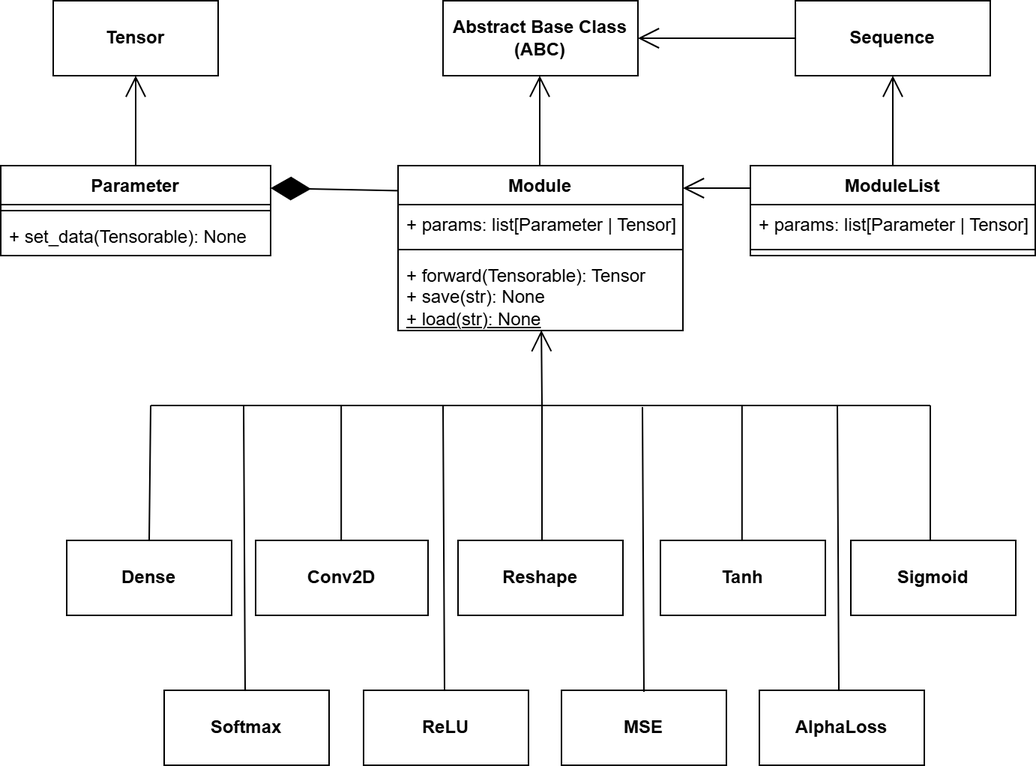
Before: LaTex/images/NNLib-Design-UML.drawio.png, a diagram exported from draw.io (edgar-maddocks/NEA). Source tidied: cells renumbered, new cells last; positions are measured from the earlier drawing's top-left corner, leaving out a move shared by most shapes. Source of this version:
```xml
<mxGraphModel>
  <root>
    <mxCell id="0" />
    <mxCell id="1" parent="0" />
    <mxCell id="2" value="Parameter" style="swimlane;fontStyle=1;align=center;verticalAlign=top;horizontal=1;startSize=26;whiteSpace=wrap;html=1;" parent="1" vertex="1">
      <mxGeometry y="110" width="180" height="60" as="geometry" />
    </mxCell>
    <mxCell id="3" style="line;strokeWidth=1;fillColor=none;align=left;verticalAlign=middle;spacingTop=-1;spacingLeft=3;spacingRight=3;labelPosition=right;strokeColor=inherit;" parent="2" vertex="1">
      <mxGeometry y="26" width="180" height="8" as="geometry" />
    </mxCell>
    <mxCell id="4" value="+ set_data(Tensorable): None" style="text;strokeColor=none;fillColor=none;align=left;verticalAlign=top;spacingLeft=4;spacingRight=4;overflow=hidden;whiteSpace=wrap;html=1;" parent="2" vertex="1">
      <mxGeometry y="34" width="180" height="26" as="geometry" />
    </mxCell>
    <mxCell id="5" value="&lt;b&gt;Tensor&lt;/b&gt;" style="html=1;whiteSpace=wrap;" parent="1" vertex="1">
      <mxGeometry x="35" width="110" height="50" as="geometry" />
    </mxCell>
    <mxCell id="6" style="endArrow=open;endFill=1;endSize=12;html=1;rounded=0;entryX=0.5;entryY=1;entryDx=0;entryDy=0;exitX=0.5;exitY=0;exitDx=0;exitDy=0;" parent="1" edge="1" source="2" target="5">
      <mxGeometry relative="1" as="geometry" />
    </mxCell>
    <mxCell id="7" value="Module" style="swimlane;fontStyle=1;align=center;verticalAlign=top;horizontal=1;startSize=26;whiteSpace=wrap;html=1;" parent="1" vertex="1">
      <mxGeometry x="265" y="110" width="190" height="110" as="geometry" />
    </mxCell>
    <mxCell id="8" value="+ params: list[Parameter | Tensor]" style="text;strokeColor=none;fillColor=none;align=left;verticalAlign=top;spacingLeft=4;spacingRight=4;overflow=hidden;whiteSpace=wrap;html=1;" parent="7" vertex="1">
      <mxGeometry y="26" width="190" height="26" as="geometry" />
    </mxCell>
    <mxCell id="9" style="line;strokeWidth=1;fillColor=none;align=left;verticalAlign=middle;spacingTop=-1;spacingLeft=3;spacingRight=3;labelPosition=right;strokeColor=inherit;" parent="7" vertex="1">
      <mxGeometry y="52" width="190" height="8" as="geometry" />
    </mxCell>
    <mxCell id="10" value="&lt;div&gt;+ forward(Tensorable): Tensor&lt;/div&gt;+ save(str): None&lt;div&gt;&lt;u&gt;+ load(str): None&lt;/u&gt;&lt;/div&gt;&lt;div&gt;&lt;br&gt;&lt;/div&gt;" style="text;strokeColor=none;fillColor=none;align=left;verticalAlign=top;spacingLeft=4;spacingRight=4;overflow=hidden;points=[[0,0.5],[1,0.5]];portConstraint=eastwest;whiteSpace=wrap;html=1;" parent="7" vertex="1">
      <mxGeometry y="60" width="190" height="50" as="geometry" />
    </mxCell>
    <mxCell id="11" value="Abstract Base Class&lt;div&gt;(ABC)&lt;/div&gt;" style="html=1;whiteSpace=wrap;fontStyle=1;" parent="1" vertex="1">
      <mxGeometry x="295" width="130" height="50" as="geometry" />
    </mxCell>
    <mxCell id="12" style="endArrow=open;endFill=1;endSize=12;html=1;rounded=0;entryX=0.5;entryY=1;entryDx=0;entryDy=0;exitX=0.5;exitY=0;exitDx=0;exitDy=0;" parent="1" edge="1">
      <mxGeometry relative="1" as="geometry">
        <mxPoint x="359.5" y="110" as="sourcePoint" />
        <mxPoint x="359.5" y="50" as="targetPoint" />
      </mxGeometry>
    </mxCell>
    <mxCell id="13" style="endArrow=diamondThin;endFill=1;endSize=24;html=1;rounded=0;entryX=1;entryY=0.25;entryDx=0;entryDy=0;exitX=0.002;exitY=0.152;exitDx=0;exitDy=0;exitPerimeter=0;" parent="1" edge="1" source="7" target="2">
      <mxGeometry relative="1" as="geometry" />
    </mxCell>
    <mxCell id="14" style="endArrow=open;endFill=1;endSize=12;html=1;rounded=0;entryX=1;entryY=0.5;entryDx=0;entryDy=0;exitX=0;exitY=0.5;exitDx=0;exitDy=0;" parent="1" edge="1" source="15" target="11">
      <mxGeometry relative="1" as="geometry" />
    </mxCell>
    <mxCell id="15" value="Sequence" style="html=1;whiteSpace=wrap;fontStyle=1;" parent="1" vertex="1">
      <mxGeometry x="530" width="130" height="50" as="geometry" />
    </mxCell>
    <mxCell id="16" style="endArrow=open;endFill=1;endSize=12;html=1;rounded=0;entryX=0.5;entryY=1;entryDx=0;entryDy=0;" parent="1" edge="1" target="15">
      <mxGeometry relative="1" as="geometry">
        <mxPoint x="595" y="110" as="sourcePoint" />
      </mxGeometry>
    </mxCell>
    <mxCell id="17" value="ModuleList" style="swimlane;fontStyle=1;align=center;verticalAlign=top;horizontal=1;startSize=26;whiteSpace=wrap;html=1;" parent="1" vertex="1">
      <mxGeometry x="500" y="110" width="190" height="60" as="geometry" />
    </mxCell>
    <mxCell id="18" value="+ params: list[Parameter | Tensor]" style="text;strokeColor=none;fillColor=none;align=left;verticalAlign=top;spacingLeft=4;spacingRight=4;overflow=hidden;whiteSpace=wrap;html=1;" parent="17" vertex="1">
      <mxGeometry y="26" width="190" height="26" as="geometry" />
    </mxCell>
    <mxCell id="19" style="line;strokeWidth=1;fillColor=none;align=left;verticalAlign=middle;spacingTop=-1;spacingLeft=3;spacingRight=3;labelPosition=right;strokeColor=inherit;" parent="17" vertex="1">
      <mxGeometry y="52" width="190" height="8" as="geometry" />
    </mxCell>
    <mxCell id="20" style="endArrow=open;endFill=1;endSize=12;html=1;rounded=0;exitX=0;exitY=0.25;exitDx=0;exitDy=0;" parent="1" edge="1" source="17">
      <mxGeometry relative="1" as="geometry">
        <mxPoint x="455" y="125" as="targetPoint" />
      </mxGeometry>
    </mxCell>
    <mxCell id="21" style="endArrow=open;endFill=1;endSize=12;html=1;rounded=0;entryX=0.503;entryY=0.995;entryDx=0;entryDy=0;entryPerimeter=0;" parent="1" edge="1" target="10">
      <mxGeometry relative="1" as="geometry">
        <mxPoint x="361" y="270" as="sourcePoint" />
      </mxGeometry>
    </mxCell>
    <mxCell id="22" style="endArrow=none;html=1;rounded=0;" parent="1" edge="1">
      <mxGeometry relative="1" as="geometry">
        <mxPoint x="100" y="270" as="sourcePoint" />
        <mxPoint x="620" y="270" as="targetPoint" />
      </mxGeometry>
    </mxCell>
    <mxCell id="23" value="Dense" style="html=1;whiteSpace=wrap;fontStyle=1;" parent="1" vertex="1">
      <mxGeometry x="44" y="360" width="110" height="50" as="geometry" />
    </mxCell>
    <mxCell id="24" value="Conv2D" style="html=1;whiteSpace=wrap;fontStyle=1;" parent="1" vertex="1">
      <mxGeometry x="170" y="360" width="115" height="50" as="geometry" />
    </mxCell>
    <mxCell id="25" value="Reshape" style="html=1;whiteSpace=wrap;fontStyle=1;" parent="1" vertex="1">
      <mxGeometry x="305" y="360" width="110" height="50" as="geometry" />
    </mxCell>
    <mxCell id="26" value="Tanh" style="html=1;whiteSpace=wrap;fontStyle=1;" parent="1" vertex="1">
      <mxGeometry x="440" y="360" width="110" height="50" as="geometry" />
    </mxCell>
    <mxCell id="27" value="Sigmoid" style="html=1;whiteSpace=wrap;fontStyle=1;" parent="1" vertex="1">
      <mxGeometry x="567" y="360" width="110" height="50" as="geometry" />
    </mxCell>
    <mxCell id="28" value="Softmax" style="html=1;whiteSpace=wrap;fontStyle=1;" parent="1" vertex="1">
      <mxGeometry x="109" y="460" width="110" height="50" as="geometry" />
    </mxCell>
    <mxCell id="29" value="ReLU" style="html=1;whiteSpace=wrap;fontStyle=1;" parent="1" vertex="1">
      <mxGeometry x="242" y="460" width="110" height="50" as="geometry" />
    </mxCell>
    <mxCell id="30" value="MSE" style="html=1;whiteSpace=wrap;fontStyle=1;" parent="1" vertex="1">
      <mxGeometry x="374" y="460" width="110" height="50" as="geometry" />
    </mxCell>
    <mxCell id="31" value="AlphaLoss" style="html=1;whiteSpace=wrap;fontStyle=1;" parent="1" vertex="1">
      <mxGeometry x="506" y="460" width="110" height="50" as="geometry" />
    </mxCell>
    <mxCell id="32" style="endArrow=none;html=1;rounded=0;exitX=0.5;exitY=0;exitDx=0;exitDy=0;" parent="1" edge="1" source="23">
      <mxGeometry relative="1" as="geometry">
        <mxPoint x="100" y="270" as="targetPoint" />
      </mxGeometry>
    </mxCell>
    <mxCell id="33" style="endArrow=none;html=1;rounded=0;exitX=0.5;exitY=0;exitDx=0;exitDy=0;" parent="1" edge="1">
      <mxGeometry relative="1" as="geometry">
        <mxPoint x="227.1" y="360" as="sourcePoint" />
        <mxPoint x="227.1" y="270" as="targetPoint" />
      </mxGeometry>
    </mxCell>
    <mxCell id="34" style="endArrow=none;html=1;rounded=0;exitX=0.5;exitY=0;exitDx=0;exitDy=0;" parent="1" edge="1">
      <mxGeometry relative="1" as="geometry">
        <mxPoint x="361" y="360" as="sourcePoint" />
        <mxPoint x="361" y="270" as="targetPoint" />
      </mxGeometry>
    </mxCell>
    <mxCell id="35" style="endArrow=none;html=1;rounded=0;exitX=0.5;exitY=0;exitDx=0;exitDy=0;" parent="1" edge="1">
      <mxGeometry relative="1" as="geometry">
        <mxPoint x="494.4" y="360" as="sourcePoint" />
        <mxPoint x="494.4" y="270" as="targetPoint" />
      </mxGeometry>
    </mxCell>
    <mxCell id="36" style="endArrow=none;html=1;rounded=0;exitX=0.5;exitY=0;exitDx=0;exitDy=0;" parent="1" edge="1">
      <mxGeometry relative="1" as="geometry">
        <mxPoint x="620" y="360" as="sourcePoint" />
        <mxPoint x="620" y="270" as="targetPoint" />
      </mxGeometry>
    </mxCell>
    <mxCell id="37" style="endArrow=none;html=1;rounded=0;exitX=0.5;exitY=0;exitDx=0;exitDy=0;" parent="1" edge="1">
      <mxGeometry relative="1" as="geometry">
        <mxPoint x="559" y="460" as="sourcePoint" />
        <mxPoint x="558" y="270" as="targetPoint" />
      </mxGeometry>
    </mxCell>
    <mxCell id="38" style="endArrow=none;html=1;rounded=0;exitX=0.5;exitY=0;exitDx=0;exitDy=0;" parent="1" edge="1">
      <mxGeometry relative="1" as="geometry">
        <mxPoint x="429" y="461" as="sourcePoint" />
        <mxPoint x="428" y="271" as="targetPoint" />
      </mxGeometry>
    </mxCell>
    <mxCell id="39" style="endArrow=none;html=1;rounded=0;exitX=0.5;exitY=0;exitDx=0;exitDy=0;" parent="1" edge="1">
      <mxGeometry relative="1" as="geometry">
        <mxPoint x="296" y="460" as="sourcePoint" />
        <mxPoint x="295" y="270" as="targetPoint" />
      </mxGeometry>
    </mxCell>
    <mxCell id="40" style="endArrow=none;html=1;rounded=0;exitX=0.5;exitY=0;exitDx=0;exitDy=0;" parent="1" edge="1">
      <mxGeometry relative="1" as="geometry">
        <mxPoint x="163" y="460" as="sourcePoint" />
        <mxPoint x="162" y="270" as="targetPoint" />
      </mxGeometry>
    </mxCell>
  </root>
</mxGraphModel>
```
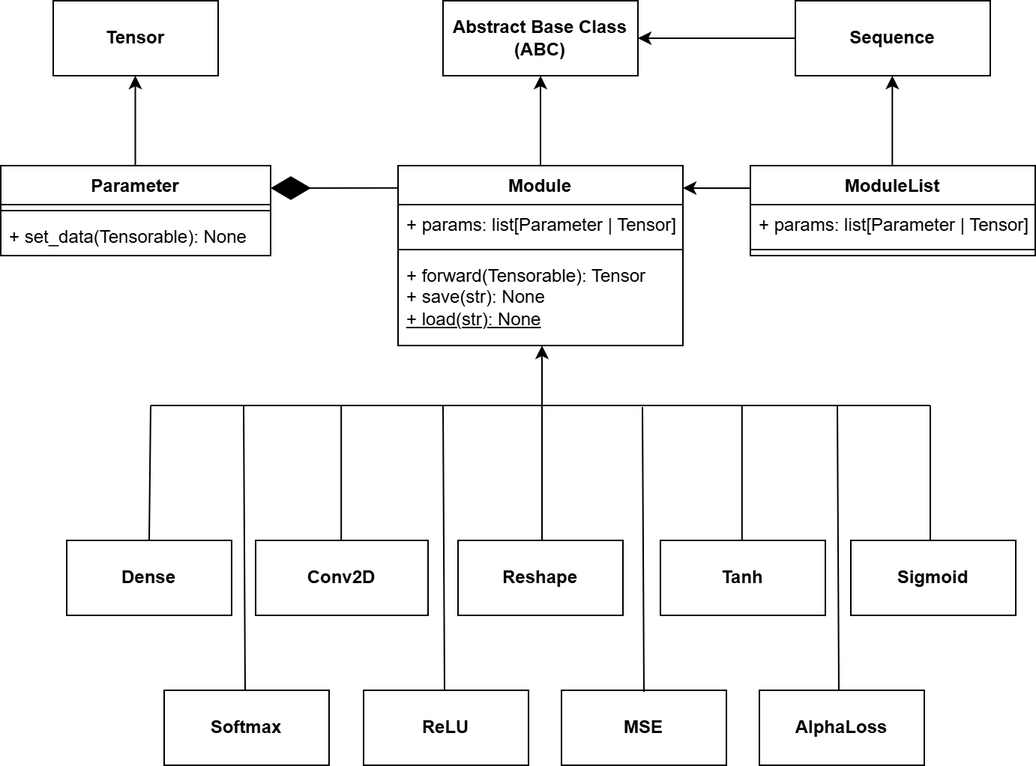
After the commit.

Diff of the diagram source:
```diff
@@ -14,11 +14,8 @@
     <mxCell id="5" value="&lt;b&gt;Tensor&lt;/b&gt;" style="html=1;whiteSpace=wrap;" parent="1" vertex="1">
       <mxGeometry x="35" width="110" height="50" as="geometry" />
     </mxCell>
-    <mxCell id="6" style="endArrow=open;endFill=1;endSize=12;html=1;rounded=0;entryX=0.5;entryY=1;entryDx=0;entryDy=0;exitX=0.5;exitY=0;exitDx=0;exitDy=0;" parent="1" edge="1" source="2" target="5">
-      <mxGeometry relative="1" as="geometry" />
-    </mxCell>
     <mxCell id="7" value="Module" style="swimlane;fontStyle=1;align=center;verticalAlign=top;horizontal=1;startSize=26;whiteSpace=wrap;html=1;" parent="1" vertex="1">
-      <mxGeometry x="265" y="110" width="190" height="110" as="geometry" />
+      <mxGeometry x="265" y="110" width="190" height="120" as="geometry" />
     </mxCell>
     <mxCell id="8" value="+ params: list[Parameter | Tensor]" style="text;strokeColor=none;fillColor=none;align=left;verticalAlign=top;spacingLeft=4;spacingRight=4;overflow=hidden;whiteSpace=wrap;html=1;" parent="7" vertex="1">
       <mxGeometry y="26" width="190" height="26" as="geometry" />
@@ -27,31 +24,17 @@
       <mxGeometry y="52" width="190" height="8" as="geometry" />
     </mxCell>
     <mxCell id="10" value="&lt;div&gt;+ forward(Tensorable): Tensor&lt;/div&gt;+ save(str): None&lt;div&gt;&lt;u&gt;+ load(str): None&lt;/u&gt;&lt;/div&gt;&lt;div&gt;&lt;br&gt;&lt;/div&gt;" style="text;strokeColor=none;fillColor=none;align=left;verticalAlign=top;spacingLeft=4;spacingRight=4;overflow=hidden;points=[[0,0.5],[1,0.5]];portConstraint=eastwest;whiteSpace=wrap;html=1;" parent="7" vertex="1">
-      <mxGeometry y="60" width="190" height="50" as="geometry" />
+      <mxGeometry y="60" width="190" height="60" as="geometry" />
     </mxCell>
     <mxCell id="11" value="Abstract Base Class&lt;div&gt;(ABC)&lt;/div&gt;" style="html=1;whiteSpace=wrap;fontStyle=1;" parent="1" vertex="1">
       <mxGeometry x="295" width="130" height="50" as="geometry" />
     </mxCell>
-    <mxCell id="12" style="endArrow=open;endFill=1;endSize=12;html=1;rounded=0;entryX=0.5;entryY=1;entryDx=0;entryDy=0;exitX=0.5;exitY=0;exitDx=0;exitDy=0;" parent="1" edge="1">
-      <mxGeometry relative="1" as="geometry">
-        <mxPoint x="359.5" y="110" as="sourcePoint" />
-        <mxPoint x="359.5" y="50" as="targetPoint" />
-      </mxGeometry>
-    </mxCell>
-    <mxCell id="13" style="endArrow=diamondThin;endFill=1;endSize=24;html=1;rounded=0;entryX=1;entryY=0.25;entryDx=0;entryDy=0;exitX=0.002;exitY=0.152;exitDx=0;exitDy=0;exitPerimeter=0;" parent="1" edge="1" source="7" target="2">
+    <mxCell id="13" style="endArrow=diamondThin;endFill=1;endSize=24;html=1;rounded=0;entryX=1;entryY=0.25;entryDx=0;entryDy=0;exitX=-0.002;exitY=0.124;exitDx=0;exitDy=0;exitPerimeter=0;" parent="1" edge="1" source="7" target="2">
       <mxGeometry relative="1" as="geometry" />
     </mxCell>
-    <mxCell id="14" style="endArrow=open;endFill=1;endSize=12;html=1;rounded=0;entryX=1;entryY=0.5;entryDx=0;entryDy=0;exitX=0;exitY=0.5;exitDx=0;exitDy=0;" parent="1" edge="1" source="15" target="11">
-      <mxGeometry relative="1" as="geometry" />
-    </mxCell>
     <mxCell id="15" value="Sequence" style="html=1;whiteSpace=wrap;fontStyle=1;" parent="1" vertex="1">
       <mxGeometry x="530" width="130" height="50" as="geometry" />
     </mxCell>
-    <mxCell id="16" style="endArrow=open;endFill=1;endSize=12;html=1;rounded=0;entryX=0.5;entryY=1;entryDx=0;entryDy=0;" parent="1" edge="1" target="15">
-      <mxGeometry relative="1" as="geometry">
-        <mxPoint x="595" y="110" as="sourcePoint" />
-      </mxGeometry>
-    </mxCell>
     <mxCell id="17" value="ModuleList" style="swimlane;fontStyle=1;align=center;verticalAlign=top;horizontal=1;startSize=26;whiteSpace=wrap;html=1;" parent="1" vertex="1">
       <mxGeometry x="500" y="110" width="190" height="60" as="geometry" />
     </mxCell>
@@ -61,16 +44,6 @@
     <mxCell id="19" style="line;strokeWidth=1;fillColor=none;align=left;verticalAlign=middle;spacingTop=-1;spacingLeft=3;spacingRight=3;labelPosition=right;strokeColor=inherit;" parent="17" vertex="1">
       <mxGeometry y="52" width="190" height="8" as="geometry" />
     </mxCell>
-    <mxCell id="20" style="endArrow=open;endFill=1;endSize=12;html=1;rounded=0;exitX=0;exitY=0.25;exitDx=0;exitDy=0;" parent="1" edge="1" source="17">
-      <mxGeometry relative="1" as="geometry">
-        <mxPoint x="455" y="125" as="targetPoint" />
-      </mxGeometry>
-    </mxCell>
-    <mxCell id="21" style="endArrow=open;endFill=1;endSize=12;html=1;rounded=0;entryX=0.503;entryY=0.995;entryDx=0;entryDy=0;entryPerimeter=0;" parent="1" edge="1" target="10">
-      <mxGeometry relative="1" as="geometry">
-        <mxPoint x="361" y="270" as="sourcePoint" />
-      </mxGeometry>
-    </mxCell>
     <mxCell id="22" style="endArrow=none;html=1;rounded=0;" parent="1" edge="1">
       <mxGeometry relative="1" as="geometry">
         <mxPoint x="100" y="270" as="sourcePoint" />
@@ -157,5 +130,34 @@
         <mxPoint x="162" y="270" as="targetPoint" />
       </mxGeometry>
     </mxCell>
+    <mxCell id="41" style="endArrow=classic;html=1;rounded=0;entryX=0.5;entryY=1;entryDx=0;entryDy=0;exitX=0.5;exitY=0;exitDx=0;exitDy=0;" parent="1" edge="1" source="7" target="11">
+      <mxGeometry relative="1" as="geometry" />
+    </mxCell>
+    <mxCell id="42" style="endArrow=classic;html=1;rounded=0;entryX=0.5;entryY=1;entryDx=0;entryDy=0;exitX=0.5;exitY=0;exitDx=0;exitDy=0;" parent="1" edge="1">
+      <mxGeometry relative="1" as="geometry">
+        <mxPoint x="594.7" y="110" as="sourcePoint" />
+        <mxPoint x="594.7" y="50" as="targetPoint" />
+      </mxGeometry>
+    </mxCell>
+    <mxCell id="43" style="endArrow=classic;html=1;rounded=0;exitX=0.5;exitY=0;exitDx=0;exitDy=0;" parent="1" edge="1">
+      <mxGeometry relative="1" as="geometry">
+        <mxPoint x="361" y="280" as="sourcePoint" />
+        <mxPoint x="361" y="230" as="targetPoint" />
+      </mxGeometry>
+    </mxCell>
+    <mxCell id="44" style="endArrow=classic;html=1;rounded=0;exitX=0;exitY=0.25;exitDx=0;exitDy=0;" parent="1" edge="1" source="17">
+      <mxGeometry relative="1" as="geometry">
+        <mxPoint x="455" y="125" as="targetPoint" />
+      </mxGeometry>
+    </mxCell>
+    <mxCell id="14" style="endArrow=classic;html=1;rounded=0;exitX=0;exitY=0.5;exitDx=0;exitDy=0;entryX=1;entryY=0.5;entryDx=0;entryDy=0;" parent="1" edge="1" source="15" target="11">
+      <mxGeometry relative="1" as="geometry" />
+    </mxCell>
+    <mxCell id="45" style="endArrow=classic;html=1;rounded=0;entryX=0.5;entryY=1;entryDx=0;entryDy=0;exitX=0.5;exitY=0;exitDx=0;exitDy=0;" parent="1" edge="1">
+      <mxGeometry relative="1" as="geometry">
+        <mxPoint x="89.8" y="110" as="sourcePoint" />
+        <mxPoint x="89.8" y="50" as="targetPoint" />
+      </mxGeometry>
+    </mxCell>
   </root>
 </mxGraphModel>
```
